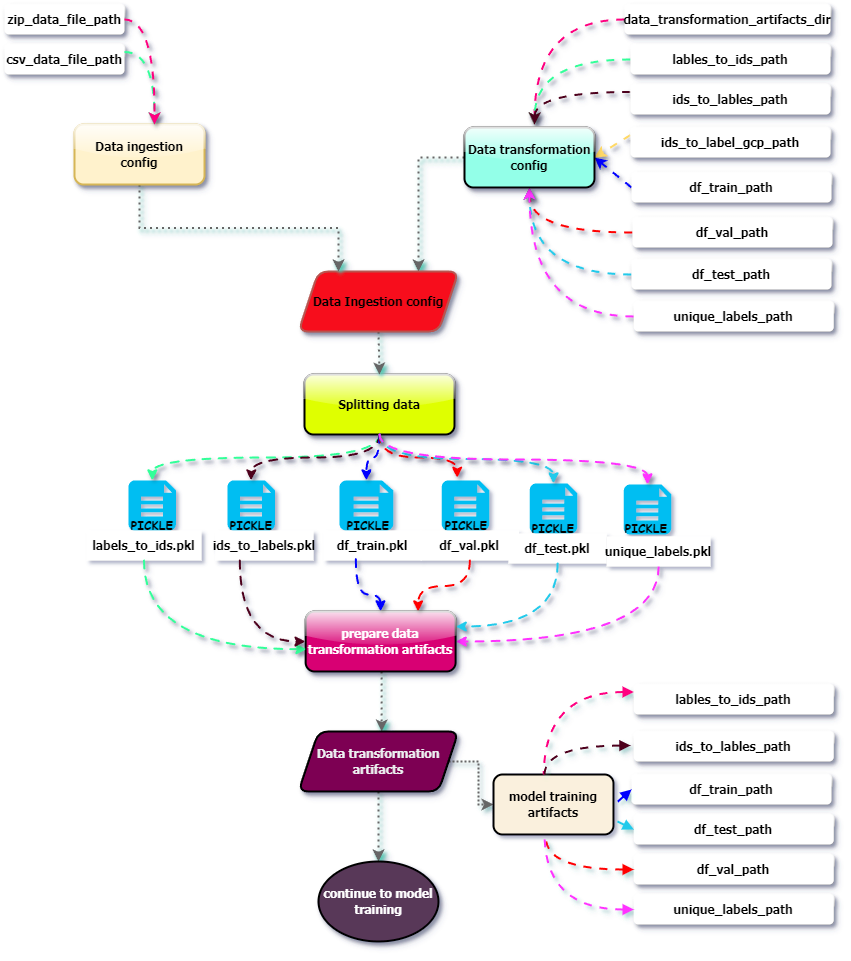
AIWalaBro/Named_Entity_Recognition keeps this draw.io diagram as flow_charts/data_transformation.png. Above is the earlier version. Source tidied: cells renumbered, new cells last; positions are measured from the earlier drawing's top-left corner, leaving out a move shared by most shapes.
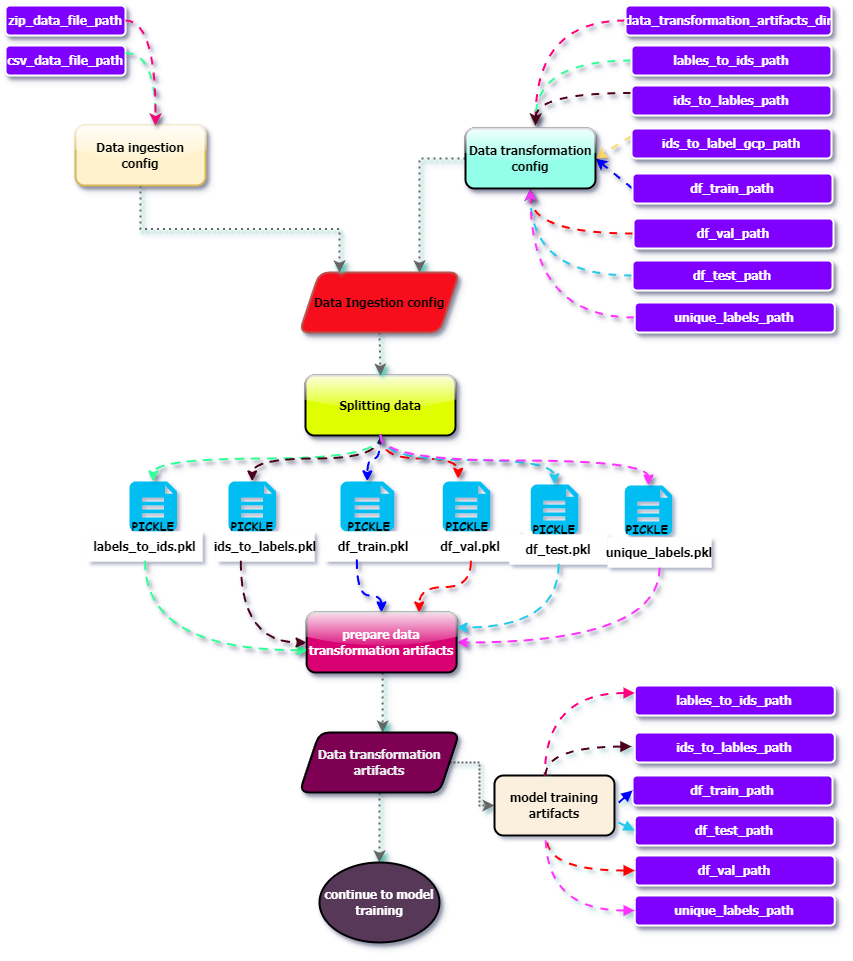
The same diagram one commit later.

Diff of the diagram source:
```diff
@@ -92,7 +92,7 @@
         <mxPoint x="530" y="120" as="targetPoint" />
       </mxGeometry>
     </mxCell>
-    <mxCell id="30" value="data_transformation_artifacts_dir" style="text;html=1;align=center;verticalAlign=middle;whiteSpace=wrap;rounded=1;fillColor=default;shadow=1;glass=1;fontFamily=Tahoma;fontStyle=1;" parent="1" vertex="1">
+    <mxCell id="30" value="data_transformation_artifacts_dir" style="text;html=1;align=center;verticalAlign=middle;whiteSpace=wrap;rounded=1;fillColor=#7F00FF;shadow=1;glass=0;fontFamily=Tahoma;fontStyle=1;strokeColor=#FFFFFF;strokeWidth=2;fontColor=#FFFFFF;" parent="1" vertex="1">
       <mxGeometry x="620" width="206" height="30" as="geometry" />
     </mxCell>
     <mxCell id="31" style="edgeStyle=orthogonalEdgeStyle;curved=1;rounded=0;jettySize=auto;html=1;exitX=0;exitY=0.5;exitDx=0;exitDy=0;strokeWidth=2;strokeColor=#33FF99;flowAnimation=1;shadow=1;" parent="1" edge="1" source="32">
@@ -100,7 +100,7 @@
         <mxPoint x="530" y="120" as="targetPoint" />
       </mxGeometry>
     </mxCell>
-    <mxCell id="32" value="lables_to_ids_path" style="text;html=1;align=center;verticalAlign=middle;whiteSpace=wrap;rounded=1;fillColor=default;shadow=1;glass=1;fontFamily=Tahoma;fontStyle=1;" parent="1" vertex="1">
+    <mxCell id="32" value="lables_to_ids_path" style="text;html=1;align=center;verticalAlign=middle;whiteSpace=wrap;rounded=1;fillColor=#7F00FF;shadow=1;glass=0;fontFamily=Tahoma;fontStyle=1;strokeColor=#FFFFFF;strokeWidth=2;fontColor=#FFFFFF;" parent="1" vertex="1">
       <mxGeometry x="626" y="40" width="200" height="30" as="geometry" />
     </mxCell>
     <mxCell id="33" style="edgeStyle=orthogonalEdgeStyle;curved=1;rounded=0;jettySize=auto;html=1;exitX=0;exitY=0.25;exitDx=0;exitDy=0;strokeWidth=2;strokeColor=#4D051C;flowAnimation=1;shadow=1;" parent="1" edge="1" source="34">
@@ -108,37 +108,37 @@
         <mxPoint x="530" y="120" as="targetPoint" />
       </mxGeometry>
     </mxCell>
-    <mxCell id="34" value="ids_to_lables_path" style="text;html=1;align=center;verticalAlign=middle;whiteSpace=wrap;rounded=1;fillColor=default;shadow=1;glass=1;fontFamily=Tahoma;fontStyle=1;" parent="1" vertex="1">
+    <mxCell id="34" value="ids_to_lables_path" style="text;html=1;align=center;verticalAlign=middle;whiteSpace=wrap;rounded=1;fillColor=#7F00FF;shadow=1;glass=0;fontFamily=Tahoma;fontStyle=1;strokeColor=#FFFFFF;strokeWidth=2;fontColor=#FFFFFF;" parent="1" vertex="1">
       <mxGeometry x="626" y="80" width="200" height="30" as="geometry" />
     </mxCell>
     <mxCell id="35" style="edgeStyle=none;rounded=0;jettySize=auto;html=1;exitX=0;exitY=0.25;exitDx=0;exitDy=0;entryX=1;entryY=0.5;entryDx=0;entryDy=0;strokeWidth=2;strokeColor=#FFD966;flowAnimation=1;shadow=1;" parent="1" edge="1" source="36" target="46">
       <mxGeometry relative="1" as="geometry" />
     </mxCell>
-    <mxCell id="36" value="ids_to_label_gcp_path" style="text;html=1;align=center;verticalAlign=middle;whiteSpace=wrap;rounded=1;fillColor=default;shadow=1;glass=1;fontFamily=Tahoma;fontStyle=1;" parent="1" vertex="1">
+    <mxCell id="36" value="ids_to_label_gcp_path" style="text;html=1;align=center;verticalAlign=middle;whiteSpace=wrap;rounded=1;fillColor=#7F00FF;shadow=1;glass=0;fontFamily=Tahoma;fontStyle=1;strokeColor=#FFFFFF;strokeWidth=2;fontColor=#FFFFFF;" parent="1" vertex="1">
       <mxGeometry x="626" y="123" width="200" height="30" as="geometry" />
     </mxCell>
     <mxCell id="37" style="edgeStyle=none;rounded=0;jettySize=auto;html=1;exitX=0;exitY=0.5;exitDx=0;exitDy=0;entryX=1;entryY=0.5;entryDx=0;entryDy=0;strokeWidth=2;strokeColor=#0000FF;flowAnimation=1;shadow=1;" parent="1" edge="1" source="38" target="46">
       <mxGeometry relative="1" as="geometry" />
     </mxCell>
-    <mxCell id="38" value="df_train_path" style="text;html=1;align=center;verticalAlign=middle;whiteSpace=wrap;rounded=1;fillColor=default;shadow=1;glass=1;fontFamily=Tahoma;fontStyle=1;" parent="1" vertex="1">
+    <mxCell id="38" value="df_train_path" style="text;html=1;align=center;verticalAlign=middle;whiteSpace=wrap;rounded=1;fillColor=#7F00FF;shadow=1;glass=0;fontFamily=Tahoma;fontStyle=1;strokeColor=#FFFFFF;strokeWidth=2;fontColor=#FFFFFF;" parent="1" vertex="1">
       <mxGeometry x="627" y="168" width="200" height="30" as="geometry" />
     </mxCell>
     <mxCell id="39" style="edgeStyle=orthogonalEdgeStyle;curved=1;rounded=0;jettySize=auto;html=1;exitX=0;exitY=0.5;exitDx=0;exitDy=0;entryX=0.5;entryY=1;entryDx=0;entryDy=0;strokeWidth=2;strokeColor=#FF0000;flowAnimation=1;shadow=1;" parent="1" edge="1" source="40" target="46">
       <mxGeometry relative="1" as="geometry" />
     </mxCell>
-    <mxCell id="40" value="df_val_path" style="text;html=1;align=center;verticalAlign=middle;whiteSpace=wrap;rounded=1;fillColor=default;shadow=1;glass=1;fontFamily=Tahoma;fontStyle=1;" parent="1" vertex="1">
+    <mxCell id="40" value="df_val_path" style="text;html=1;align=center;verticalAlign=middle;whiteSpace=wrap;rounded=1;fillColor=#7F00FF;shadow=1;glass=0;fontFamily=Tahoma;fontStyle=1;strokeColor=#FFFFFF;strokeWidth=2;fontColor=#FFFFFF;" parent="1" vertex="1">
       <mxGeometry x="628" y="213" width="200" height="30" as="geometry" />
     </mxCell>
     <mxCell id="41" style="edgeStyle=orthogonalEdgeStyle;curved=1;rounded=0;jettySize=auto;html=1;exitX=0;exitY=0.5;exitDx=0;exitDy=0;entryX=0.5;entryY=1;entryDx=0;entryDy=0;strokeWidth=2;strokeColor=#23CAEB;flowAnimation=1;shadow=1;" parent="1" edge="1" source="42" target="46">
       <mxGeometry relative="1" as="geometry" />
     </mxCell>
-    <mxCell id="42" value="df_test_path" style="text;html=1;align=center;verticalAlign=middle;whiteSpace=wrap;rounded=1;fillColor=default;shadow=1;glass=1;fontFamily=Tahoma;fontStyle=1;" parent="1" vertex="1">
+    <mxCell id="42" value="df_test_path" style="text;html=1;align=center;verticalAlign=middle;whiteSpace=wrap;rounded=1;fillColor=#7F00FF;shadow=1;glass=0;fontFamily=Tahoma;fontStyle=1;strokeColor=#FFFFFF;strokeWidth=2;fontColor=#FFFFFF;" parent="1" vertex="1">
       <mxGeometry x="627" y="255" width="200" height="30" as="geometry" />
     </mxCell>
     <mxCell id="43" style="edgeStyle=orthogonalEdgeStyle;curved=1;rounded=0;jettySize=auto;html=1;exitX=0;exitY=0.5;exitDx=0;exitDy=0;entryX=0.5;entryY=1;entryDx=0;entryDy=0;strokeWidth=2;strokeColor=#FF33FF;flowAnimation=1;shadow=1;" parent="1" edge="1" source="44" target="46">
       <mxGeometry relative="1" as="geometry" />
     </mxCell>
-    <mxCell id="44" value="unique_labels_path" style="text;html=1;align=center;verticalAlign=middle;whiteSpace=wrap;rounded=1;fillColor=default;shadow=1;glass=1;fontFamily=Tahoma;fontStyle=1;" parent="1" vertex="1">
+    <mxCell id="44" value="unique_labels_path" style="text;html=1;align=center;verticalAlign=middle;whiteSpace=wrap;rounded=1;fillColor=#7F00FF;shadow=1;glass=0;fontFamily=Tahoma;fontStyle=1;strokeColor=#FFFFFF;strokeWidth=2;fontColor=#FFFFFF;" parent="1" vertex="1">
       <mxGeometry x="629.2" y="297" width="200" height="30" as="geometry" />
     </mxCell>
     <mxCell id="45" style="edgeStyle=orthogonalEdgeStyle;rounded=0;jettySize=auto;html=1;exitX=0;exitY=0.5;exitDx=0;exitDy=0;entryX=0.75;entryY=0;entryDx=0;entryDy=0;strokeWidth=2;dashed=1;dashPattern=1 2;shadow=1;flowAnimation=1;strokeColor=#666666;shadowColor=#48C9B0;shadowOpacity=100;" parent="1" edge="1" source="46" target="48">
@@ -159,10 +159,10 @@
     <mxCell id="50" value="&lt;span&gt;&lt;font style=&quot;&quot; face=&quot;Tahoma&quot;&gt;&lt;b&gt;Data ingestion config&lt;/b&gt;&lt;/font&gt;&lt;/span&gt;" style="rounded=1;whiteSpace=wrap;html=1;strokeWidth=2;fillColor=#fff2cc;strokeColor=#d6b656;shadow=1;glass=1;" parent="1" vertex="1">
       <mxGeometry x="70" y="120" width="130" height="60" as="geometry" />
     </mxCell>
-    <mxCell id="51" value="zip_data_file_path" style="text;html=1;align=center;verticalAlign=middle;whiteSpace=wrap;rounded=1;fillColor=default;shadow=1;glass=1;fontFamily=Tahoma;fontStyle=1;" parent="1" vertex="1">
+    <mxCell id="51" value="zip_data_file_path" style="text;html=1;align=center;verticalAlign=middle;whiteSpace=wrap;rounded=1;fillColor=#7F00FF;shadow=1;glass=0;fontFamily=Tahoma;fontStyle=1;strokeColor=#FFFFFF;strokeWidth=2;fontColor=#FFFFFF;" parent="1" vertex="1">
       <mxGeometry width="120" height="30" as="geometry" />
     </mxCell>
-    <mxCell id="52" value="csv_data_file_path" style="text;html=1;align=center;verticalAlign=middle;whiteSpace=wrap;rounded=1;fillColor=default;shadow=1;glass=1;fontFamily=Tahoma;fontStyle=1;" parent="1" vertex="1">
+    <mxCell id="52" value="csv_data_file_path" style="text;html=1;align=center;verticalAlign=middle;whiteSpace=wrap;rounded=1;fillColor=#7F00FF;shadow=1;glass=0;fontFamily=Tahoma;fontStyle=1;strokeColor=#FFFFFF;strokeWidth=2;fontColor=#FFFFFF;" parent="1" vertex="1">
       <mxGeometry y="40" width="120" height="30" as="geometry" />
     </mxCell>
     <mxCell id="53" style="edgeStyle=orthogonalEdgeStyle;curved=1;rounded=0;jettySize=auto;html=1;exitX=1;exitY=0.25;exitDx=0;exitDy=0;entryX=0.615;entryY=0;entryDx=0;entryDy=0;entryPerimeter=0;strokeWidth=2;strokeColor=#33FF99;flowAnimation=1;shadow=1;" parent="1" edge="1" source="52" target="50">
@@ -215,22 +215,22 @@
     <mxCell id="66" value="&lt;font face=&quot;Tahoma&quot;&gt;&lt;b&gt;model training artifacts&lt;/b&gt;&lt;/font&gt;" style="rounded=1;whiteSpace=wrap;html=1;strokeWidth=2;fillColor=#FAF0DD;" parent="1" vertex="1">
       <mxGeometry x="489" y="770" width="120" height="60" as="geometry" />
     </mxCell>
-    <mxCell id="67" value="df_train_path" style="text;html=1;align=center;verticalAlign=middle;whiteSpace=wrap;rounded=1;fillColor=default;shadow=1;glass=1;fontFamily=Tahoma;fontStyle=1;" parent="1" vertex="1">
+    <mxCell id="67" value="df_train_path" style="text;html=1;align=center;verticalAlign=middle;whiteSpace=wrap;rounded=1;fillColor=#7F00FF;shadow=1;glass=0;fontFamily=Tahoma;fontStyle=1;strokeColor=#FFFFFF;strokeWidth=2;fontColor=#FFFFFF;" parent="1" vertex="1">
       <mxGeometry x="627" y="770" width="200" height="30" as="geometry" />
     </mxCell>
-    <mxCell id="68" value="df_val_path" style="text;html=1;align=center;verticalAlign=middle;whiteSpace=wrap;rounded=1;fillColor=default;shadow=1;glass=1;fontFamily=Tahoma;fontStyle=1;" parent="1" vertex="1">
+    <mxCell id="68" value="df_val_path" style="text;html=1;align=center;verticalAlign=middle;whiteSpace=wrap;rounded=1;fillColor=#7F00FF;shadow=1;glass=0;fontFamily=Tahoma;fontStyle=1;strokeColor=#FFFFFF;strokeWidth=2;fontColor=#FFFFFF;" parent="1" vertex="1">
       <mxGeometry x="629.2" y="850" width="200" height="30" as="geometry" />
     </mxCell>
-    <mxCell id="69" value="df_test_path" style="text;html=1;align=center;verticalAlign=middle;whiteSpace=wrap;rounded=1;fillColor=default;shadow=1;glass=1;fontFamily=Tahoma;fontStyle=1;" parent="1" vertex="1">
+    <mxCell id="69" value="df_test_path" style="text;html=1;align=center;verticalAlign=middle;whiteSpace=wrap;rounded=1;fillColor=#7F00FF;shadow=1;glass=0;fontFamily=Tahoma;fontStyle=1;strokeColor=#FFFFFF;strokeWidth=2;fontColor=#FFFFFF;" parent="1" vertex="1">
       <mxGeometry x="629.2" y="810" width="200" height="30" as="geometry" />
     </mxCell>
-    <mxCell id="70" value="unique_labels_path" style="text;html=1;align=center;verticalAlign=middle;whiteSpace=wrap;rounded=1;fillColor=default;shadow=1;glass=1;fontFamily=Tahoma;fontStyle=1;" parent="1" vertex="1">
+    <mxCell id="70" value="unique_labels_path" style="text;html=1;align=center;verticalAlign=middle;whiteSpace=wrap;rounded=1;fillColor=#7F00FF;shadow=1;glass=0;fontFamily=Tahoma;fontStyle=1;strokeColor=#FFFFFF;strokeWidth=2;fontColor=#FFFFFF;" parent="1" vertex="1">
       <mxGeometry x="629.2" y="890" width="200" height="30" as="geometry" />
     </mxCell>
-    <mxCell id="71" value="lables_to_ids_path" style="text;html=1;align=center;verticalAlign=middle;whiteSpace=wrap;rounded=1;fillColor=default;shadow=1;glass=1;fontFamily=Tahoma;fontStyle=1;" parent="1" vertex="1">
+    <mxCell id="71" value="lables_to_ids_path" style="text;html=1;align=center;verticalAlign=middle;whiteSpace=wrap;rounded=1;fillColor=#7F00FF;shadow=1;glass=0;fontFamily=Tahoma;fontStyle=1;strokeColor=#FFFFFF;strokeWidth=2;fontColor=#FFFFFF;" parent="1" vertex="1">
       <mxGeometry x="629.2" y="680" width="200" height="30" as="geometry" />
     </mxCell>
-    <mxCell id="72" value="ids_to_lables_path" style="text;html=1;align=center;verticalAlign=middle;whiteSpace=wrap;rounded=1;fillColor=default;shadow=1;glass=1;fontFamily=Tahoma;fontStyle=1;" parent="1" vertex="1">
+    <mxCell id="72" value="ids_to_lables_path" style="text;html=1;align=center;verticalAlign=middle;whiteSpace=wrap;rounded=1;fillColor=#7F00FF;shadow=1;glass=0;fontFamily=Tahoma;fontStyle=1;strokeColor=#FFFFFF;strokeWidth=2;fontColor=#FFFFFF;" parent="1" vertex="1">
       <mxGeometry x="629.2" y="727" width="200" height="30" as="geometry" />
     </mxCell>
     <mxCell id="73" style="edgeStyle=orthogonalEdgeStyle;curved=1;rounded=0;jettySize=auto;html=1;exitX=0;exitY=0.25;exitDx=0;exitDy=0;strokeWidth=2;strokeColor=#FF0080;flowAnimation=1;shadow=1;startArrow=block;startFill=1;shadowColor=#93FFE8;endArrow=none;endFill=0;anchorPointDirection=1;flowAnimationDirection=reverse;" parent="1" edge="1" source="71">
```
